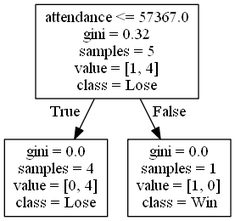
The Graphviz diagram DecisionTrees/Pac-12decision_tree_no_score10.png in alexana-steck/CSE482Project, before a commit. Its source is kept beside it as DecisionTrees/Pac-12decision_tree_no_score10.dot. The source it was exported from:
```dot
digraph Tree {
node [shape=box] ;
0 [label="attendance <= 57367.0\ngini = 0.32\nsamples = 5\nvalue = [1, 4]\nclass = Lose"] ;
1 [label="gini = 0.0\nsamples = 4\nvalue = [0, 4]\nclass = Lose"] ;
0 -> 1 [labeldistance=2.5, labelangle=45, headlabel="True"] ;
2 [label="gini = 0.0\nsamples = 1\nvalue = [1, 0]\nclass = Win"] ;
0 -> 2 [labeldistance=2.5, labelangle=-45, headlabel="False"] ;
}
```
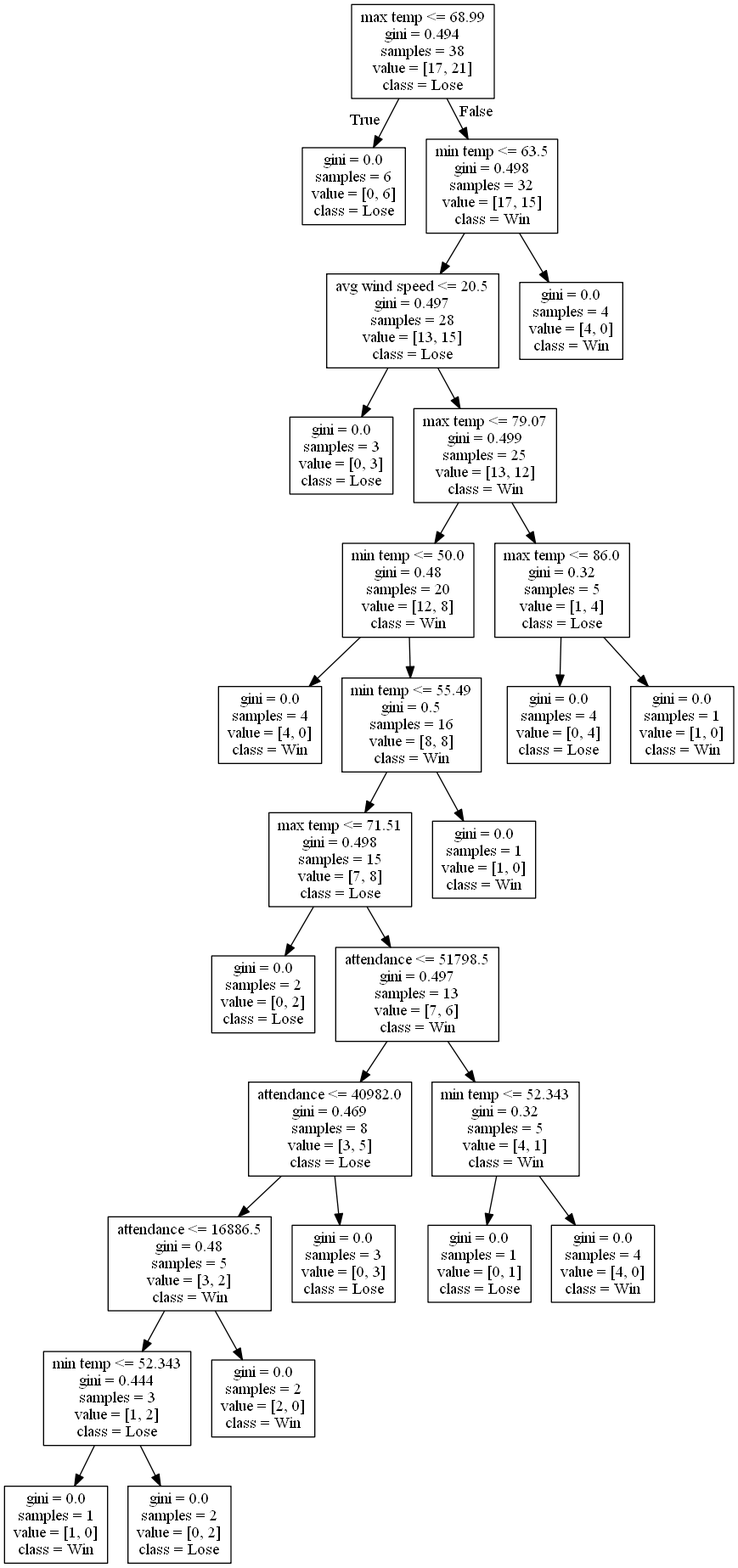
Above is the later version.

What changed in the source:
```diff
@@ -1,8 +1,56 @@
 digraph Tree {
 node [shape=box] ;
-0 [label="attendance <= 57367.0\ngini = 0.32\nsamples = 5\nvalue = [1, 4]\nclass = Lose"] ;
-1 [label="gini = 0.0\nsamples = 4\nvalue = [0, 4]\nclass = Lose"] ;
+0 [label="max temp <= 68.99\ngini = 0.494\nsamples = 38\nvalue = [17, 21]\nclass = Lose"] ;
+1 [label="gini = 0.0\nsamples = 6\nvalue = [0, 6]\nclass = Lose"] ;
 0 -> 1 [labeldistance=2.5, labelangle=45, headlabel="True"] ;
-2 [label="gini = 0.0\nsamples = 1\nvalue = [1, 0]\nclass = Win"] ;
+2 [label="min temp <= 63.5\ngini = 0.498\nsamples = 32\nvalue = [17, 15]\nclass = Win"] ;
 0 -> 2 [labeldistance=2.5, labelangle=-45, headlabel="False"] ;
+3 [label="avg wind speed <= 20.5\ngini = 0.497\nsamples = 28\nvalue = [13, 15]\nclass = Lose"] ;
+2 -> 3 ;
+4 [label="gini = 0.0\nsamples = 3\nvalue = [0, 3]\nclass = Lose"] ;
+3 -> 4 ;
+5 [label="max temp <= 79.07\ngini = 0.499\nsamples = 25\nvalue = [13, 12]\nclass = Win"] ;
+3 -> 5 ;
+6 [label="min temp <= 50.0\ngini = 0.48\nsamples = 20\nvalue = [12, 8]\nclass = Win"] ;
+5 -> 6 ;
+7 [label="gini = 0.0\nsamples = 4\nvalue = [4, 0]\nclass = Win"] ;
+6 -> 7 ;
+8 [label="min temp <= 55.49\ngini = 0.5\nsamples = 16\nvalue = [8, 8]\nclass = Win"] ;
+6 -> 8 ;
+9 [label="max temp <= 71.51\ngini = 0.498\nsamples = 15\nvalue = [7, 8]\nclass = Lose"] ;
+8 -> 9 ;
+10 [label="gini = 0.0\nsamples = 2\nvalue = [0, 2]\nclass = Lose"] ;
+9 -> 10 ;
+11 [label="attendance <= 51798.5\ngini = 0.497\nsamples = 13\nvalue = [7, 6]\nclass = Win"] ;
+9 -> 11 ;
+12 [label="attendance <= 40982.0\ngini = 0.469\nsamples = 8\nvalue = [3, 5]\nclass = Lose"] ;
+11 -> 12 ;
+13 [label="attendance <= 16886.5\ngini = 0.48\nsamples = 5\nvalue = [3, 2]\nclass = Win"] ;
+12 -> 13 ;
+14 [label="min temp <= 52.343\ngini = 0.444\nsamples = 3\nvalue = [1, 2]\nclass = Lose"] ;
+13 -> 14 ;
+15 [label="gini = 0.0\nsamples = 1\nvalue = [1, 0]\nclass = Win"] ;
+14 -> 15 ;
+16 [label="gini = 0.0\nsamples = 2\nvalue = [0, 2]\nclass = Lose"] ;
+14 -> 16 ;
+17 [label="gini = 0.0\nsamples = 2\nvalue = [2, 0]\nclass = Win"] ;
+13 -> 17 ;
+18 [label="gini = 0.0\nsamples = 3\nvalue = [0, 3]\nclass = Lose"] ;
+12 -> 18 ;
+19 [label="min temp <= 52.343\ngini = 0.32\nsamples = 5\nvalue = [4, 1]\nclass = Win"] ;
+11 -> 19 ;
+20 [label="gini = 0.0\nsamples = 1\nvalue = [0, 1]\nclass = Lose"] ;
+19 -> 20 ;
+21 [label="gini = 0.0\nsamples = 4\nvalue = [4, 0]\nclass = Win"] ;
+19 -> 21 ;
+22 [label="gini = 0.0\nsamples = 1\nvalue = [1, 0]\nclass = Win"] ;
+8 -> 22 ;
+23 [label="max temp <= 86.0\ngini = 0.32\nsamples = 5\nvalue = [1, 4]\nclass = Lose"] ;
+5 -> 23 ;
+24 [label="gini = 0.0\nsamples = 4\nvalue = [0, 4]\nclass = Lose"] ;
+23 -> 24 ;
+25 [label="gini = 0.0\nsamples = 1\nvalue = [1, 0]\nclass = Win"] ;
+23 -> 25 ;
+26 [label="gini = 0.0\nsamples = 4\nvalue = [4, 0]\nclass = Win"] ;
+2 -> 26 ;
 }
```
